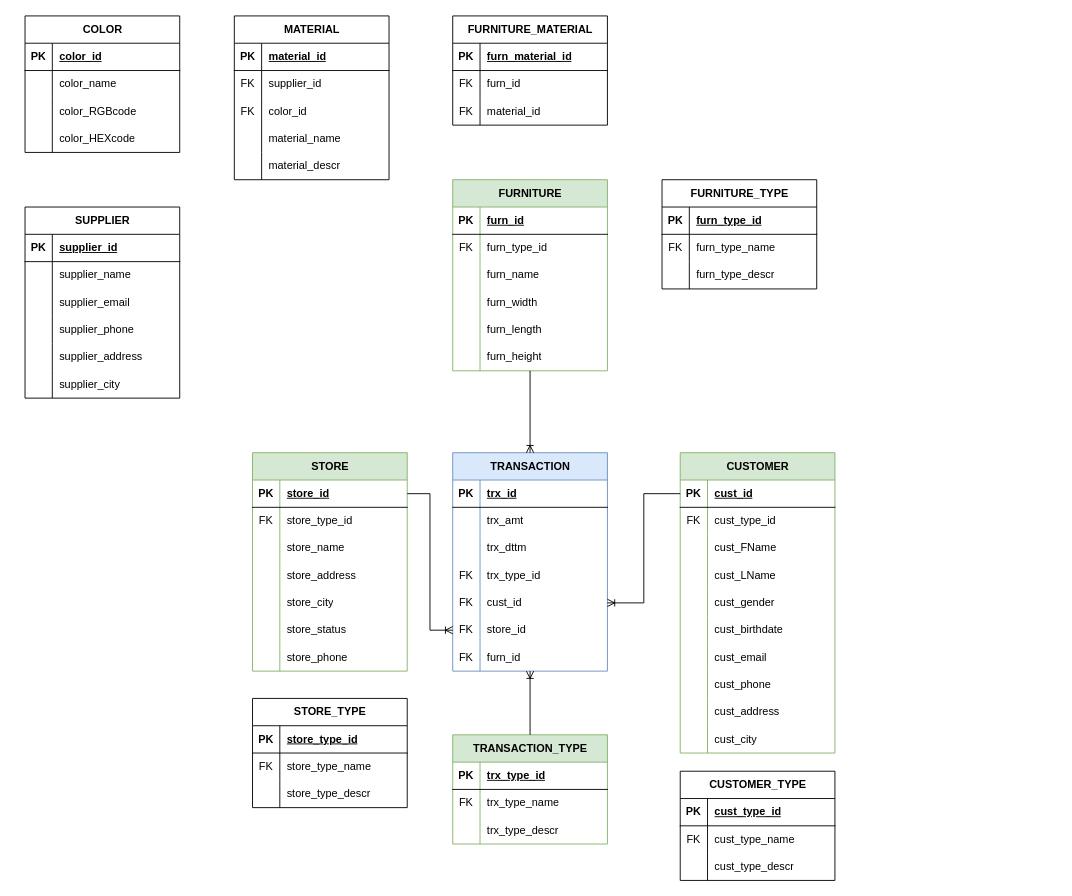
Above: page "Dimensional" (1 of 2) of Furniture ERD.drawio in konyrbay/data_engineer_course (draw.io), before the change. Source tidied: cells renumbered, new cells numbered last; positions are measured from the earlier drawing's top-left corner, leaving out a move shared by most shapes. Both pictures are drawn from the tidied source at 91%, with x=0, y=0 at pixel (25, 15).
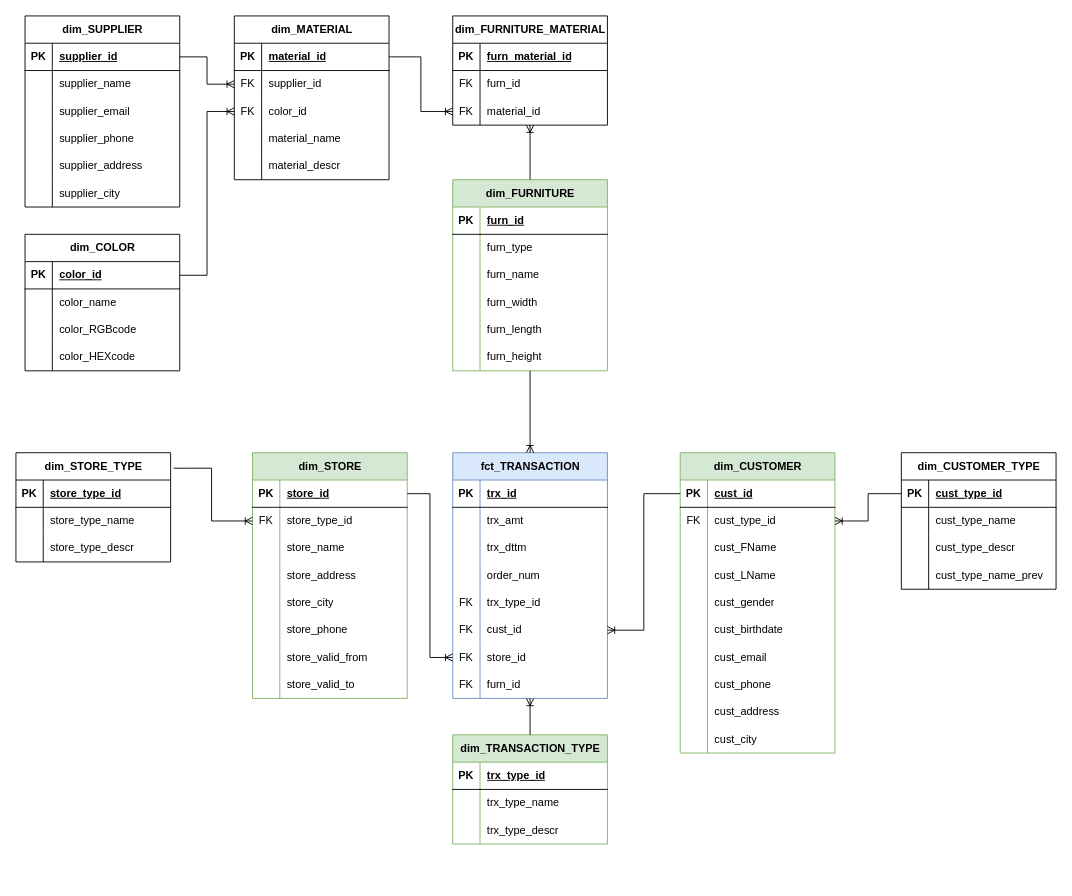
The same diagram, later.

The change refers to these unchanged cells:
```xml
<mxCell id="28" style="shape=tableRow;horizontal=0;startSize=0;swimlaneHead=0;swimlaneBody=0;fillColor=none;points=[[0,0.5],[1,0.5]];portConstraint=eastwest;top=0;left=0;right=0;bottom=0;" parent="24" vertex="1">
  <mxGeometry y="60" width="170" height="30" as="geometry" />
</mxCell>
<mxCell id="56" style="shape=tableRow;horizontal=0;startSize=0;swimlaneHead=0;swimlaneBody=0;fillColor=none;points=[[0,0.5],[1,0.5]];portConstraint=eastwest;top=0;left=0;right=0;bottom=1;" parent="55" vertex="1">
  <mxGeometry y="30" width="170" height="30" as="geometry" />
</mxCell>
<mxCell id="59" style="shape=tableRow;horizontal=0;startSize=0;swimlaneHead=0;swimlaneBody=0;fillColor=none;top=0;left=0;right=0;bottom=0;" parent="55" vertex="1">
  <mxGeometry y="60" width="170" height="30" as="geometry" />
</mxCell>
<mxCell id="69" style="shape=tableRow;horizontal=0;startSize=0;swimlaneHead=0;swimlaneBody=0;fillColor=none;points=[[0,0.5],[1,0.5]];portConstraint=eastwest;top=0;left=0;right=0;bottom=0;" parent="65" vertex="1">
  <mxGeometry y="60" width="170" height="30" as="geometry" />
</mxCell>
<mxCell id="91" style="shape=tableRow;horizontal=0;startSize=0;swimlaneHead=0;swimlaneBody=0;fillColor=none;top=0;left=0;right=0;bottom=0;" parent="87" vertex="1">
  <mxGeometry y="60" width="170" height="30" as="geometry" />
</mxCell>
<mxCell id="101" style="shape=tableRow;horizontal=0;startSize=0;swimlaneHead=0;swimlaneBody=0;fillColor=none;top=0;left=0;right=0;bottom=0;" parent="97" vertex="1">
  <mxGeometry y="60" width="170" height="30" as="geometry" />
</mxCell>
<mxCell id="111" style="shape=tableRow;horizontal=0;startSize=0;swimlaneHead=0;swimlaneBody=0;fillColor=none;top=0;left=0;right=0;bottom=0;" parent="107" vertex="1">
  <mxGeometry y="60" width="170" height="30" as="geometry" />
</mxCell>
<mxCell id="137" style="shape=tableRow;horizontal=0;startSize=0;swimlaneHead=0;swimlaneBody=0;fillColor=none;points=[[0,0.5],[1,0.5]];portConstraint=eastwest;top=0;left=0;right=0;bottom=1;" parent="136" vertex="1">
  <mxGeometry y="30" width="170" height="30" as="geometry" />
</mxCell>
<mxCell id="140" style="shape=tableRow;horizontal=0;startSize=0;swimlaneHead=0;swimlaneBody=0;fillColor=none;points=[[0,0.5],[1,0.5]];portConstraint=eastwest;top=0;left=0;right=0;bottom=0;" parent="136" vertex="1">
  <mxGeometry y="60" width="170" height="30" as="geometry" />
</mxCell>
<mxCell id="143" style="shape=tableRow;horizontal=0;startSize=0;swimlaneHead=0;swimlaneBody=0;fillColor=none;points=[[0,0.5],[1,0.5]];portConstraint=eastwest;top=0;left=0;right=0;bottom=0;" parent="136" vertex="1">
  <mxGeometry y="90" width="170" height="30" as="geometry" />
</mxCell>
<mxCell id="153" style="shape=tableRow;horizontal=0;startSize=0;swimlaneHead=0;swimlaneBody=0;fillColor=none;points=[[0,0.5],[1,0.5]];portConstraint=eastwest;top=0;left=0;right=0;bottom=1;" parent="152" vertex="1">
  <mxGeometry y="30" width="170" height="30" as="geometry" />
</mxCell>
<mxCell id="166" style="shape=tableRow;horizontal=0;startSize=0;swimlaneHead=0;swimlaneBody=0;fillColor=none;points=[[0,0.5],[1,0.5]];portConstraint=eastwest;top=0;left=0;right=0;bottom=1;" parent="165" vertex="1">
  <mxGeometry y="30" width="170" height="30" as="geometry" />
</mxCell>
<mxCell id="191" style="shape=tableRow;horizontal=0;startSize=0;swimlaneHead=0;swimlaneBody=0;fillColor=none;points=[[0,0.5],[1,0.5]];portConstraint=eastwest;top=0;left=0;right=0;bottom=0;" parent="184" vertex="1">
  <mxGeometry y="90" width="170" height="30" as="geometry" />
</mxCell>
```

The edit, as a diff of the source:
```diff
@@
-    <mxCell id="2" value="TRANSACTION" style="shape=table;startSize=30;childLayout=tableLayout;rowLines=0;fontStyle=1;align=center;html=1;fillColor=#dae8fc;strokeColor=#6c8ebf;" parent="1" vertex="1">
-      <mxGeometry x="470" y="480" width="170" height="240" as="geometry" />
+    <mxCell id="2" value="fct_TRANSACTION" style="shape=table;startSize=30;childLayout=tableLayout;rowLines=0;fontStyle=1;align=center;html=1;fillColor=#dae8fc;strokeColor=#6c8ebf;" parent="1" vertex="1">
+      <mxGeometry x="470" y="480" width="170" height="270" as="geometry" />
     </mxCell>
@@
+    <mxCell id="198" style="shape=tableRow;horizontal=0;startSize=0;swimlaneHead=0;swimlaneBody=0;fillColor=none;top=0;left=0;right=0;bottom=0;" parent="2" vertex="1">
+      <mxGeometry y="120" width="170" height="30" as="geometry" />
+    </mxCell>
+    <mxCell id="199" style="shape=partialRectangle;fillColor=none;top=0;left=0;bottom=0;right=0;overflow=hidden;whiteSpace=wrap;html=1;" parent="198" vertex="1">
+      <mxGeometry width="30" height="30" as="geometry" />
+    </mxCell>
+    <mxCell id="200" value="order_num" style="shape=partialRectangle;fillColor=none;top=0;left=0;bottom=0;right=0;align=left;spacingLeft=6;overflow=hidden;whiteSpace=wrap;html=1;" parent="198" vertex="1">
+      <mxGeometry x="30" width="140" height="30" as="geometry" />
+    </mxCell>
     <mxCell id="12" style="shape=tableRow;horizontal=0;startSize=0;swimlaneHead=0;swimlaneBody=0;fillColor=none;top=0;left=0;right=0;bottom=0;" parent="2" vertex="1">
-      <mxGeometry y="120" width="170" height="30" as="geometry" />
+      <mxGeometry y="150" width="170" height="30" as="geometry" />
     </mxCell>
@@
     <mxCell id="15" style="shape=tableRow;horizontal=0;startSize=0;swimlaneHead=0;swimlaneBody=0;fillColor=none;points=[[0,0.5],[1,0.5]];portConstraint=eastwest;top=0;left=0;right=0;bottom=0;" parent="2" vertex="1">
-      <mxGeometry y="150" width="170" height="30" as="geometry" />
+      <mxGeometry y="180" width="170" height="30" as="geometry" />
     </mxCell>
@@
     <mxCell id="18" style="shape=tableRow;horizontal=0;startSize=0;swimlaneHead=0;swimlaneBody=0;fillColor=none;points=[[0,0.5],[1,0.5]];portConstraint=eastwest;top=0;left=0;right=0;bottom=0;" parent="2" vertex="1">
-      <mxGeometry y="180" width="170" height="30" as="geometry" />
+      <mxGeometry y="210" width="170" height="30" as="geometry" />
     </mxCell>
@@
     <mxCell id="21" style="shape=tableRow;horizontal=0;startSize=0;swimlaneHead=0;swimlaneBody=0;fillColor=none;top=0;left=0;right=0;bottom=0;" parent="2" vertex="1">
-      <mxGeometry y="210" width="170" height="30" as="geometry" />
+      <mxGeometry y="240" width="170" height="30" as="geometry" />
     </mxCell>
@@
-    <mxCell id="24" value="CUSTOMER" style="shape=table;startSize=30;childLayout=tableLayout;rowLines=0;fontStyle=1;align=center;html=1;fillColor=#d5e8d4;strokeColor=#82b366;" parent="1" vertex="1">
+    <mxCell id="24" value="dim_CUSTOMER" style="shape=table;startSize=30;childLayout=tableLayout;rowLines=0;fontStyle=1;align=center;html=1;fillColor=#d5e8d4;strokeColor=#82b366;" parent="1" vertex="1">
       <mxGeometry x="720" y="480" width="170" height="330" as="geometry" />
     </mxCell>
@@
-    <mxCell id="55" value="CUSTOMER_TYPE" style="shape=table;startSize=30;childLayout=tableLayout;rowLines=0;fontStyle=1;align=center;html=1;" parent="1" vertex="1">
-      <mxGeometry x="720" y="830" width="170" height="120" as="geometry" />
+    <mxCell id="55" value="dim_CUSTOMER_TYPE" style="shape=table;startSize=30;childLayout=tableLayout;rowLines=0;fontStyle=1;align=center;html=1;" parent="1" vertex="1">
+      <mxGeometry x="963" y="480" width="170" height="150" as="geometry" />
     </mxCell>
@@
-    <mxCell id="60" value="FK" style="shape=partialRectangle;fillColor=none;top=0;left=0;bottom=0;right=0;overflow=hidden;whiteSpace=wrap;html=1;" parent="59" vertex="1">
+    <mxCell id="60" style="shape=partialRectangle;fillColor=none;top=0;left=0;bottom=0;right=0;overflow=hidden;whiteSpace=wrap;html=1;" parent="59" vertex="1">
       <mxGeometry width="30" height="30" as="geometry" />
     </mxCell>
@@
+    <mxCell id="201" style="shape=tableRow;horizontal=0;startSize=0;swimlaneHead=0;swimlaneBody=0;fillColor=none;top=0;left=0;right=0;bottom=0;" parent="55" vertex="1">
+      <mxGeometry y="120" width="170" height="30" as="geometry" />
+    </mxCell>
+    <mxCell id="202" style="shape=partialRectangle;fillColor=none;top=0;left=0;bottom=0;right=0;overflow=hidden;whiteSpace=wrap;html=1;" parent="201" vertex="1">
+      <mxGeometry width="30" height="30" as="geometry" />
+    </mxCell>
+    <mxCell id="203" value="cust_type_name_prev" style="shape=partialRectangle;fillColor=none;top=0;left=0;bottom=0;right=0;align=left;spacingLeft=6;overflow=hidden;whiteSpace=wrap;html=1;" parent="201" vertex="1">
+      <mxGeometry x="30" width="140" height="30" as="geometry" />
+    </mxCell>
-    <mxCell id="65" value="STORE" style="shape=table;startSize=30;childLayout=tableLayout;rowLines=0;fontStyle=1;align=center;html=1;fillColor=#d5e8d4;strokeColor=#82b366;" parent="1" vertex="1">
-      <mxGeometry x="250" y="480" width="170" height="240" as="geometry" />
+    <mxCell id="65" value="dim_STORE" style="shape=table;startSize=30;childLayout=tableLayout;rowLines=0;fontStyle=1;align=center;html=1;fillColor=#d5e8d4;strokeColor=#82b366;" parent="1" vertex="1">
+      <mxGeometry x="250" y="480" width="170" height="270" as="geometry" />
     </mxCell>
@@
-    <mxCell id="81" style="shape=tableRow;horizontal=0;startSize=0;swimlaneHead=0;swimlaneBody=0;fillColor=none;top=0;left=0;right=0;bottom=0;" parent="65" vertex="1">
-      <mxGeometry y="180" width="170" height="30" as="geometry" />
-    </mxCell>
-    <mxCell id="82" style="shape=partialRectangle;fillColor=none;top=0;left=0;bottom=0;right=0;overflow=hidden;whiteSpace=wrap;html=1;" parent="81" vertex="1">
-      <mxGeometry width="30" height="30" as="geometry" />
-    </mxCell>
-    <mxCell id="83" value="store_status" style="shape=partialRectangle;fillColor=none;top=0;left=0;bottom=0;right=0;align=left;spacingLeft=6;overflow=hidden;whiteSpace=wrap;html=1;" parent="81" vertex="1">
-      <mxGeometry x="30" width="140" height="30" as="geometry" />
-    </mxCell>
     <mxCell id="84" style="shape=tableRow;horizontal=0;startSize=0;swimlaneHead=0;swimlaneBody=0;fillColor=none;top=0;left=0;right=0;bottom=0;" parent="65" vertex="1">
-      <mxGeometry y="210" width="170" height="30" as="geometry" />
+      <mxGeometry y="180" width="170" height="30" as="geometry" />
     </mxCell>
@@
+    <mxCell id="204" style="shape=tableRow;horizontal=0;startSize=0;swimlaneHead=0;swimlaneBody=0;fillColor=none;top=0;left=0;right=0;bottom=0;" parent="65" vertex="1">
+      <mxGeometry y="210" width="170" height="30" as="geometry" />
+    </mxCell>
+    <mxCell id="205" style="shape=partialRectangle;fillColor=none;top=0;left=0;bottom=0;right=0;overflow=hidden;whiteSpace=wrap;html=1;" parent="204" vertex="1">
+      <mxGeometry width="30" height="30" as="geometry" />
+    </mxCell>
+    <mxCell id="206" value="store_valid_from" style="shape=partialRectangle;fillColor=none;top=0;left=0;bottom=0;right=0;align=left;spacingLeft=6;overflow=hidden;whiteSpace=wrap;html=1;" parent="204" vertex="1">
+      <mxGeometry x="30" width="140" height="30" as="geometry" />
+    </mxCell>
+    <mxCell id="207" style="shape=tableRow;horizontal=0;startSize=0;swimlaneHead=0;swimlaneBody=0;fillColor=none;top=0;left=0;right=0;bottom=0;" parent="65" vertex="1">
+      <mxGeometry y="240" width="170" height="30" as="geometry" />
+    </mxCell>
+    <mxCell id="208" style="shape=partialRectangle;fillColor=none;top=0;left=0;bottom=0;right=0;overflow=hidden;whiteSpace=wrap;html=1;" parent="207" vertex="1">
+      <mxGeometry width="30" height="30" as="geometry" />
+    </mxCell>
+    <mxCell id="209" value="store_valid_to" style="shape=partialRectangle;fillColor=none;top=0;left=0;bottom=0;right=0;align=left;spacingLeft=6;overflow=hidden;whiteSpace=wrap;html=1;" parent="207" vertex="1">
+      <mxGeometry x="30" width="140" height="30" as="geometry" />
+    </mxCell>
-    <mxCell id="87" value="STORE_TYPE" style="shape=table;startSize=30;childLayout=tableLayout;rowLines=0;fontStyle=1;align=center;html=1;" parent="1" vertex="1">
-      <mxGeometry x="250" y="750" width="170" height="120" as="geometry" />
+    <mxCell id="87" value="dim_STORE_TYPE" style="shape=table;startSize=30;childLayout=tableLayout;rowLines=0;fontStyle=1;align=center;html=1;" parent="1" vertex="1">
+      <mxGeometry x="-10" y="480" width="170" height="120" as="geometry" />
     </mxCell>
@@
-    <mxCell id="92" value="FK" style="shape=partialRectangle;fillColor=none;top=0;left=0;bottom=0;right=0;overflow=hidden;whiteSpace=wrap;html=1;" parent="91" vertex="1">
+    <mxCell id="92" style="shape=partialRectangle;fillColor=none;top=0;left=0;bottom=0;right=0;overflow=hidden;whiteSpace=wrap;html=1;" parent="91" vertex="1">
       <mxGeometry width="30" height="30" as="geometry" />
     </mxCell>
@@
-    <mxCell id="97" value="TRANSACTION_TYPE" style="shape=table;startSize=30;childLayout=tableLayout;rowLines=0;fontStyle=1;align=center;html=1;fillColor=#d5e8d4;strokeColor=#82b366;" parent="1" vertex="1">
+    <mxCell id="97" value="dim_TRANSACTION_TYPE" style="shape=table;startSize=30;childLayout=tableLayout;rowLines=0;fontStyle=1;align=center;html=1;fillColor=#d5e8d4;strokeColor=#82b366;" parent="1" vertex="1">
       <mxGeometry x="470" y="790" width="170" height="120" as="geometry" />
     </mxCell>
@@
-    <mxCell id="102" value="FK" style="shape=partialRectangle;fillColor=none;top=0;left=0;bottom=0;right=0;overflow=hidden;whiteSpace=wrap;html=1;" parent="101" vertex="1">
+    <mxCell id="102" style="shape=partialRectangle;fillColor=none;top=0;left=0;bottom=0;right=0;overflow=hidden;whiteSpace=wrap;html=1;" parent="101" vertex="1">
       <mxGeometry width="30" height="30" as="geometry" />
     </mxCell>
@@
-    <mxCell id="107" value="FURNITURE" style="shape=table;startSize=30;childLayout=tableLayout;rowLines=0;fontStyle=1;align=center;html=1;fillColor=#d5e8d4;strokeColor=#82b366;" parent="1" vertex="1">
+    <mxCell id="107" value="dim_FURNITURE" style="shape=table;startSize=30;childLayout=tableLayout;rowLines=0;fontStyle=1;align=center;html=1;fillColor=#d5e8d4;strokeColor=#82b366;" parent="1" vertex="1">
       <mxGeometry x="470" y="180" width="170" height="210" as="geometry" />
     </mxCell>
@@
-    <mxCell id="112" value="FK" style="shape=partialRectangle;fillColor=none;top=0;left=0;bottom=0;right=0;overflow=hidden;whiteSpace=wrap;html=1;" parent="111" vertex="1">
+    <mxCell id="112" style="shape=partialRectangle;fillColor=none;top=0;left=0;bottom=0;right=0;overflow=hidden;whiteSpace=wrap;html=1;" parent="111" vertex="1">
       <mxGeometry width="30" height="30" as="geometry" />
     </mxCell>
-    <mxCell id="113" value="furn_type_id" style="shape=partialRectangle;fillColor=none;top=0;left=0;bottom=0;right=0;align=left;spacingLeft=6;overflow=hidden;whiteSpace=wrap;html=1;" parent="111" vertex="1">
+    <mxCell id="113" value="furn_type" style="shape=partialRectangle;fillColor=none;top=0;left=0;bottom=0;right=0;align=left;spacingLeft=6;overflow=hidden;whiteSpace=wrap;html=1;" parent="111" vertex="1">
       <mxGeometry x="30" width="140" height="30" as="geometry" />
     </mxCell>
@@
-    <mxCell id="126" value="FURNITURE_TYPE" style="shape=table;startSize=30;childLayout=tableLayout;rowLines=0;fontStyle=1;align=center;html=1;" parent="1" vertex="1">
-      <mxGeometry x="700" y="180" width="170" height="120" as="geometry" />
-    </mxCell>
-    <mxCell id="127" style="shape=tableRow;horizontal=0;startSize=0;swimlaneHead=0;swimlaneBody=0;fillColor=none;top=0;left=0;right=0;bottom=1;" parent="126" vertex="1">
-      <mxGeometry y="30" width="170" height="30" as="geometry" />
-    </mxCell>
-    <mxCell id="128" value="PK" style="shape=partialRectangle;fillColor=none;top=0;left=0;bottom=0;right=0;fontStyle=1;overflow=hidden;whiteSpace=wrap;html=1;" parent="127" vertex="1">
-      <mxGeometry width="30" height="30" as="geometry" />
-    </mxCell>
-    <mxCell id="129" value="furn_type_id" style="shape=partialRectangle;fillColor=none;top=0;left=0;bottom=0;right=0;align=left;spacingLeft=6;fontStyle=5;overflow=hidden;whiteSpace=wrap;html=1;" parent="127" vertex="1">
-      <mxGeometry x="30" width="140" height="30" as="geometry" />
-    </mxCell>
-    <mxCell id="130" style="shape=tableRow;horizontal=0;startSize=0;swimlaneHead=0;swimlaneBody=0;fillColor=none;top=0;left=0;right=0;bottom=0;" parent="126" vertex="1">
-      <mxGeometry y="60" width="170" height="30" as="geometry" />
-    </mxCell>
-    <mxCell id="131" value="FK" style="shape=partialRectangle;fillColor=none;top=0;left=0;bottom=0;right=0;overflow=hidden;whiteSpace=wrap;html=1;" parent="130" vertex="1">
-      <mxGeometry width="30" height="30" as="geometry" />
-    </mxCell>
-    <mxCell id="132" value="furn_type_name" style="shape=partialRectangle;fillColor=none;top=0;left=0;bottom=0;right=0;align=left;spacingLeft=6;overflow=hidden;whiteSpace=wrap;html=1;" parent="130" vertex="1">
-      <mxGeometry x="30" width="140" height="30" as="geometry" />
-    </mxCell>
-    <mxCell id="133" style="shape=tableRow;horizontal=0;startSize=0;swimlaneHead=0;swimlaneBody=0;fillColor=none;top=0;left=0;right=0;bottom=0;" parent="126" vertex="1">
-      <mxGeometry y="90" width="170" height="30" as="geometry" />
-    </mxCell>
-    <mxCell id="134" style="shape=partialRectangle;fillColor=none;top=0;left=0;bottom=0;right=0;overflow=hidden;whiteSpace=wrap;html=1;" parent="133" vertex="1">
-      <mxGeometry width="30" height="30" as="geometry" />
-    </mxCell>
-    <mxCell id="135" value="furn_type_descr" style="shape=partialRectangle;fillColor=none;top=0;left=0;bottom=0;right=0;align=left;spacingLeft=6;overflow=hidden;whiteSpace=wrap;html=1;" parent="133" vertex="1">
-      <mxGeometry x="30" width="140" height="30" as="geometry" />
-    </mxCell>
-    <mxCell id="136" value="MATERIAL" style="shape=table;startSize=30;childLayout=tableLayout;rowLines=0;fontStyle=1;align=center;html=1;" parent="1" vertex="1">
+    <mxCell id="136" value="dim_MATERIAL" style="shape=table;startSize=30;childLayout=tableLayout;rowLines=0;fontStyle=1;align=center;html=1;" parent="1" vertex="1">
       <mxGeometry x="230" width="170" height="180" as="geometry" />
     </mxCell>
@@
-    <mxCell id="152" value="COLOR" style="shape=table;startSize=30;childLayout=tableLayout;rowLines=0;fontStyle=1;align=center;html=1;" parent="1" vertex="1">
-      <mxGeometry width="170" height="150" as="geometry" />
+    <mxCell id="152" value="dim_COLOR" style="shape=table;startSize=30;childLayout=tableLayout;rowLines=0;fontStyle=1;align=center;html=1;" parent="1" vertex="1">
+      <mxGeometry y="240" width="170" height="150" as="geometry" />
     </mxCell>
@@
-    <mxCell id="165" value="SUPPLIER" style="shape=table;startSize=30;childLayout=tableLayout;rowLines=0;fontStyle=1;align=center;html=1;" parent="1" vertex="1">
-      <mxGeometry y="210" width="170" height="210" as="geometry" />
+    <mxCell id="165" value="dim_SUPPLIER" style="shape=table;startSize=30;childLayout=tableLayout;rowLines=0;fontStyle=1;align=center;html=1;" parent="1" vertex="1">
+      <mxGeometry width="170" height="210" as="geometry" />
     </mxCell>
@@
-    <mxCell id="184" value="FURNITURE_MATERIAL" style="shape=table;startSize=30;childLayout=tableLayout;rowLines=0;fontStyle=1;align=center;html=1;" parent="1" vertex="1">
+    <mxCell id="184" value="dim_FURNITURE_MATERIAL" style="shape=table;startSize=30;childLayout=tableLayout;rowLines=0;fontStyle=1;align=center;html=1;" parent="1" vertex="1">
       <mxGeometry x="470" width="170" height="120" as="geometry" />
     </mxCell>
@@
+    <mxCell id="210" style="fontSize=12;html=1;endArrow=ERoneToMany;rounded=0;edgeStyle=orthogonalEdgeStyle;" parent="1" edge="1" source="107" target="184">
+      <mxGeometry relative="1" as="geometry" />
+    </mxCell>
+    <mxCell id="211" style="fontSize=12;html=1;endArrow=ERoneToMany;rounded=0;edgeStyle=orthogonalEdgeStyle;entryX=0;entryY=0.5;entryDx=0;entryDy=0;exitX=1;exitY=0.5;exitDx=0;exitDy=0;" parent="1" edge="1" source="137" target="191">
+      <mxGeometry relative="1" as="geometry" />
+    </mxCell>
+    <mxCell id="212" style="fontSize=12;html=1;endArrow=ERoneToMany;rounded=0;entryX=0;entryY=0.5;entryDx=0;entryDy=0;edgeStyle=orthogonalEdgeStyle;" parent="1" edge="1" source="153" target="143">
+      <mxGeometry relative="1" as="geometry" />
+    </mxCell>
+    <mxCell id="213" style="fontSize=12;html=1;endArrow=ERoneToMany;rounded=0;edgeStyle=orthogonalEdgeStyle;entryX=0;entryY=0.5;entryDx=0;entryDy=0;" parent="1" edge="1" source="166" target="140">
+      <mxGeometry relative="1" as="geometry" />
+    </mxCell>
+    <mxCell id="214" style="fontSize=12;html=1;endArrow=ERoneToMany;rounded=0;exitX=1.019;exitY=0.142;exitDx=0;exitDy=0;exitPerimeter=0;entryX=0;entryY=0.5;entryDx=0;entryDy=0;edgeStyle=orthogonalEdgeStyle;" parent="1" edge="1" source="87" target="69">
+      <mxGeometry relative="1" as="geometry" />
+    </mxCell>
+    <mxCell id="215" style="fontSize=12;html=1;endArrow=ERoneToMany;rounded=0;exitX=0;exitY=0.5;exitDx=0;exitDy=0;entryX=1;entryY=0.5;entryDx=0;entryDy=0;edgeStyle=orthogonalEdgeStyle;" parent="1" edge="1" source="56" target="28">
+      <mxGeometry relative="1" as="geometry" />
+    </mxCell>
```
